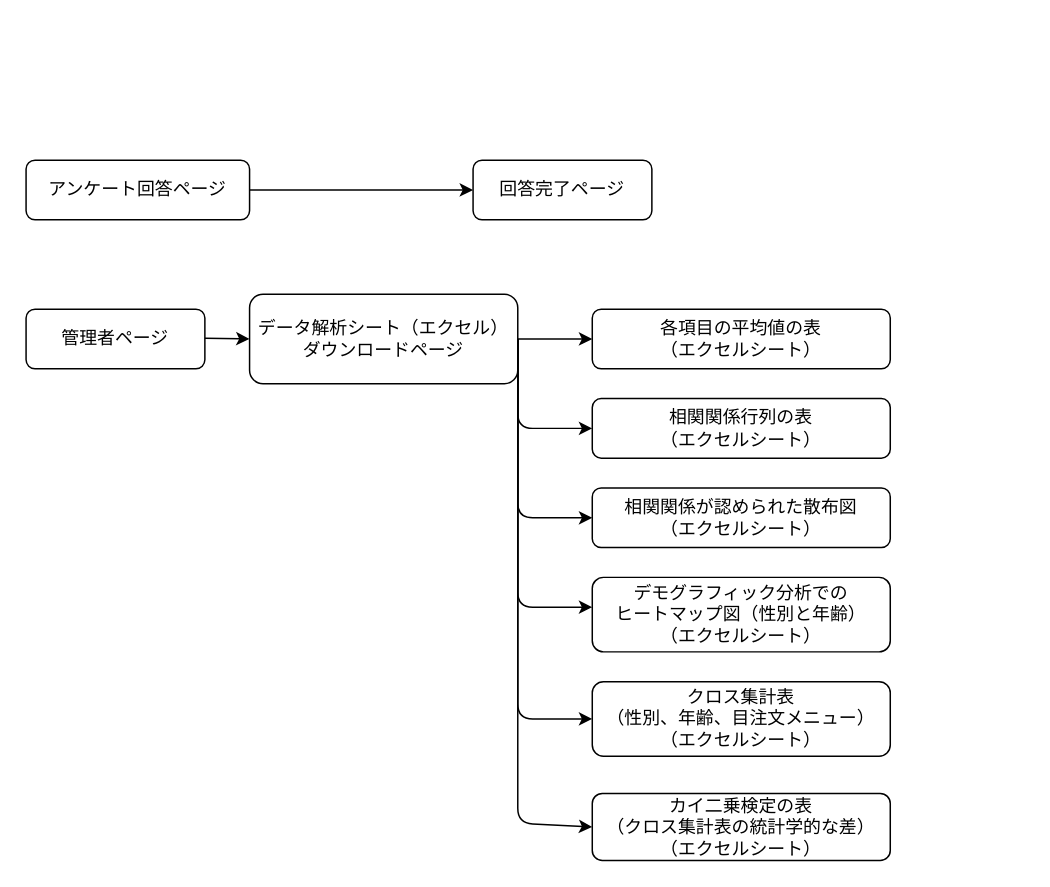
koseki3104/marketing_date keeps this draw.io diagram as page "画面遷移図" (2 of 2) of ER.dio. Above is the earlier version. Source tidied: cells renumbered, new cells numbered last; positions are measured from the earlier drawing's top-left corner, leaving out a move shared by most shapes. Both pictures are drawn from the tidied source at 149%, with x=0, y=0 at pixel (25, 159).
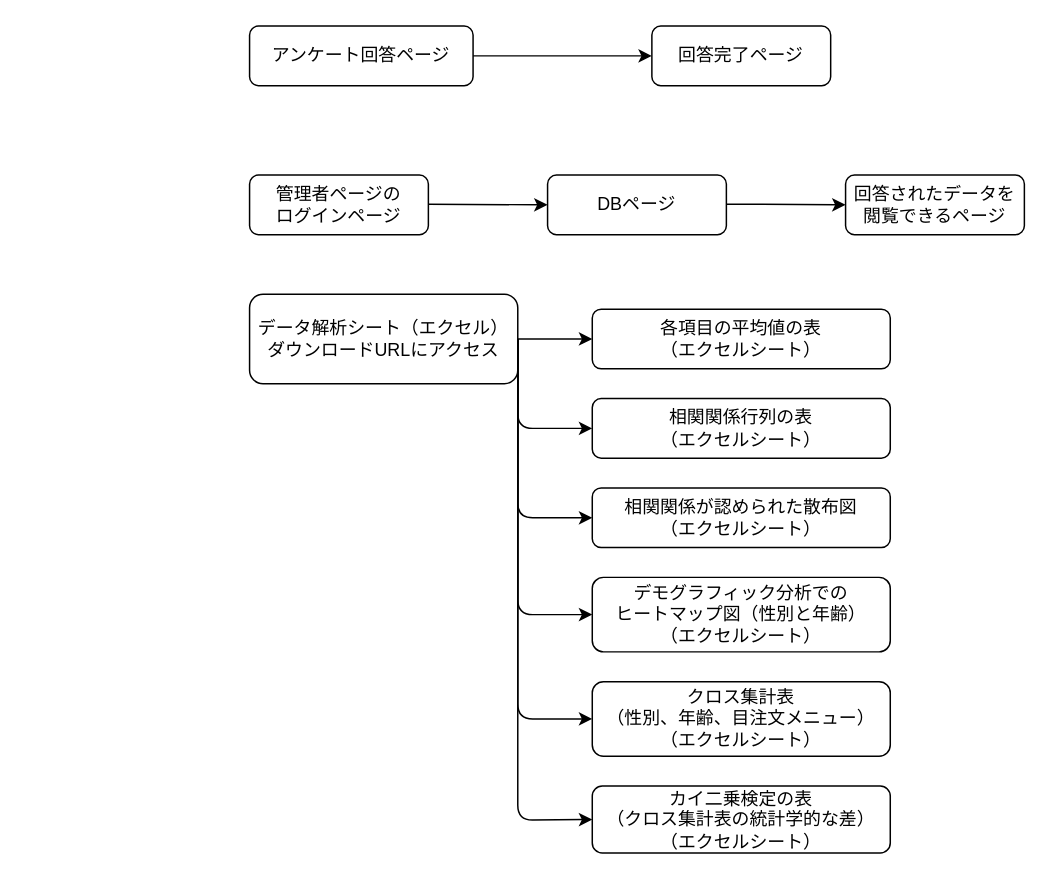
The same diagram, later.

The change refers to these unchanged cells:
```xml
<mxCell id="10" value="相関関係が認められた散布図&lt;br&gt;（エクセルシート）" style="rounded=1;whiteSpace=wrap;html=1;" parent="1" vertex="1">
  <mxGeometry x="380" y="220" width="200" height="40" as="geometry" />
</mxCell>
<mxCell id="11" value="デモグラフィック分析での&lt;br&gt;ヒートマップ図（性別と年齢）&lt;br&gt;（エクセルシート）" style="rounded=1;whiteSpace=wrap;html=1;" parent="1" vertex="1">
  <mxGeometry x="380" y="280" width="200" height="50" as="geometry" />
</mxCell>
```

The edit, as a diff of the source:
```diff
@@
     <mxCell id="2" value="アンケート回答ページ" style="rounded=1;whiteSpace=wrap;html=1;" parent="1" vertex="1">
-      <mxGeometry width="150" height="40" as="geometry" />
+      <mxGeometry x="150" y="-90" width="150" height="40" as="geometry" />
     </mxCell>
     <mxCell id="3" value="回答完了ページ" style="rounded=1;whiteSpace=wrap;html=1;" parent="1" vertex="1">
-      <mxGeometry x="300" width="120" height="40" as="geometry" />
+      <mxGeometry x="420" y="-90" width="120" height="40" as="geometry" />
     </mxCell>
     <mxCell id="4" style="endArrow=classic;html=1;exitX=1;exitY=0.5;exitDx=0;exitDy=0;" parent="1" edge="1" source="2">
       <mxGeometry relative="1" as="geometry">
-        <mxPoint x="300" y="20" as="targetPoint" />
+        <mxPoint x="420" y="-70" as="targetPoint" />
       </mxGeometry>
     </mxCell>
@@
-    <mxCell id="6" value="データ解析シート（エクセル）ダウンロードページ" style="rounded=1;whiteSpace=wrap;html=1;" parent="1" vertex="1">
+    <mxCell id="6" value="データ解析シート（エクセル）ダウンロードURLにアクセス" style="rounded=1;whiteSpace=wrap;html=1;" parent="1" vertex="1">
       <mxGeometry x="150" y="90" width="180" height="60" as="geometry" />
     </mxCell>
-    <mxCell id="7" value="管理者ページ" style="rounded=1;whiteSpace=wrap;html=1;" parent="1" vertex="1">
-      <mxGeometry y="100" width="120" height="40" as="geometry" />
+    <mxCell id="7" value="管理者ページの&lt;br&gt;ログインページ" style="rounded=1;whiteSpace=wrap;html=1;" parent="1" vertex="1">
+      <mxGeometry x="150" y="10" width="120" height="40" as="geometry" />
     </mxCell>
@@
     <mxCell id="13" value="カイ二乗検定の表&lt;br&gt;（クロス集計表の統計学的な差）&lt;br&gt;（エクセルシート）" style="rounded=1;whiteSpace=wrap;html=1;" parent="1" vertex="1">
-      <mxGeometry x="380" y="425" width="200" height="45" as="geometry" />
+      <mxGeometry x="380" y="420" width="200" height="45" as="geometry" />
     </mxCell>
@@
-    <mxCell id="15" style="endArrow=classic;html=1;entryX=0;entryY=0.5;entryDx=0;entryDy=0;" parent="1" edge="1" target="10">
+    <mxCell id="15" style="endArrow=classic;html=1;entryX=0;entryY=0.5;entryDx=0;entryDy=0;exitX=1;exitY=0.5;exitDx=0;exitDy=0;" parent="1" edge="1" source="6" target="10">
       <mxGeometry relative="1" as="geometry">
-        <mxPoint x="330" y="120" as="sourcePoint" />
         <Array as="points">
           <mxPoint x="330" y="240" />
         </Array>
       </mxGeometry>
     </mxCell>
-    <mxCell id="16" style="endArrow=classic;html=1;" parent="1" edge="1">
+    <mxCell id="16" style="endArrow=classic;html=1;entryX=0;entryY=0.5;entryDx=0;entryDy=0;" parent="1" edge="1" target="11">
       <mxGeometry relative="1" as="geometry">
         <mxPoint x="330" y="120" as="sourcePoint" />
-        <mxPoint x="380" y="300" as="targetPoint" />
         <Array as="points">
-          <mxPoint x="330" y="300" />
+          <mxPoint x="330" y="305" />
         </Array>
       </mxGeometry>
     </mxCell>
@@
     <mxCell id="18" style="endArrow=classic;html=1;entryX=0;entryY=0.5;entryDx=0;entryDy=0;" parent="1" edge="1" target="13">
       <mxGeometry relative="1" as="geometry">
         <mxPoint x="330" y="120" as="sourcePoint" />
         <Array as="points">
-          <mxPoint x="330" y="445" />
+          <mxPoint x="330" y="443" />
         </Array>
       </mxGeometry>
     </mxCell>
-    <mxCell id="19" style="edgeStyle=none;html=1;" parent="1" edge="1">
-      <mxGeometry relative="1" as="geometry">
-        <mxPoint x="120" y="119.5" as="sourcePoint" />
-        <mxPoint x="150" y="120" as="targetPoint" />
-      </mxGeometry>
-    </mxCell>
+    <mxCell id="20" value="DBページ" style="rounded=1;whiteSpace=wrap;html=1;" parent="1" vertex="1">
+      <mxGeometry x="350" y="10" width="120" height="40" as="geometry" />
+    </mxCell>
+    <mxCell id="21" style="endArrow=classic;html=1;exitX=1;exitY=0.5;exitDx=0;exitDy=0;" parent="1" edge="1">
+      <mxGeometry relative="1" as="geometry">
+        <mxPoint x="270" y="29.5" as="sourcePoint" />
+        <mxPoint x="350" y="30" as="targetPoint" />
+      </mxGeometry>
+    </mxCell>
+    <mxCell id="22" style="endArrow=classic;html=1;exitX=1;exitY=0.5;exitDx=0;exitDy=0;" parent="1" edge="1">
+      <mxGeometry relative="1" as="geometry">
+        <mxPoint x="470" y="29.5" as="sourcePoint" />
+        <mxPoint x="550" y="30" as="targetPoint" />
+      </mxGeometry>
+    </mxCell>
+    <mxCell id="23" value="回答されたデータを閲覧できるページ" style="rounded=1;whiteSpace=wrap;html=1;" parent="1" vertex="1">
+      <mxGeometry x="550" y="10" width="120" height="40" as="geometry" />
+    </mxCell>
```
